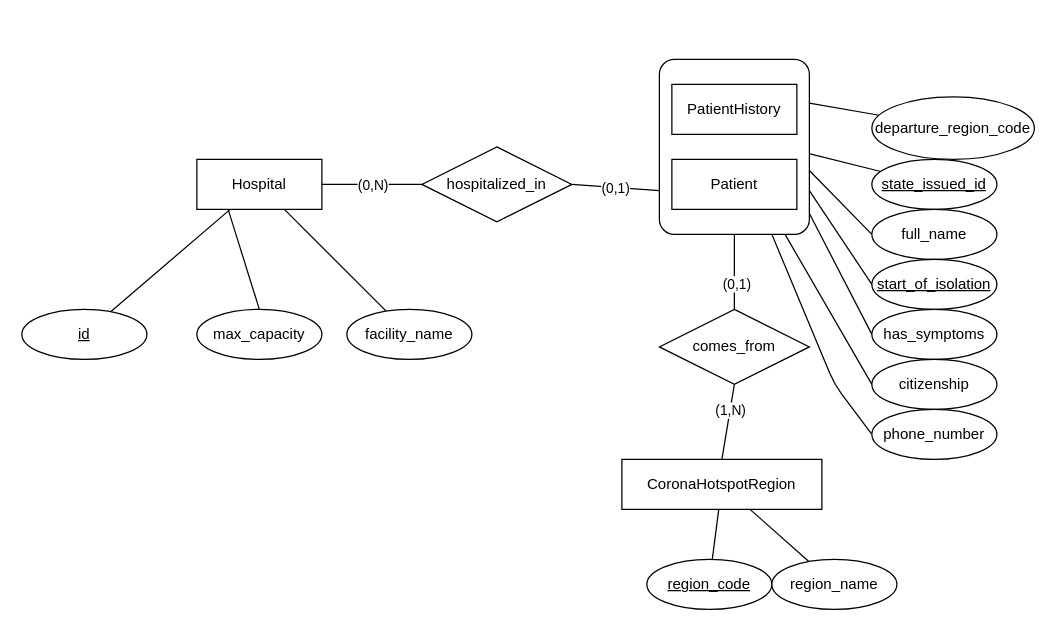
This is docs/diagram-eer.drawio from draganovik/CoronaIS, a draw.io file, before an edit. Source tidied: cells renumbered, new cells numbered last; positions are measured from the earlier drawing's top-left corner, leaving out a move shared by most shapes. Both pictures are drawn from the tidied source at 125%, with x=0, y=0 at pixel (21, 46).
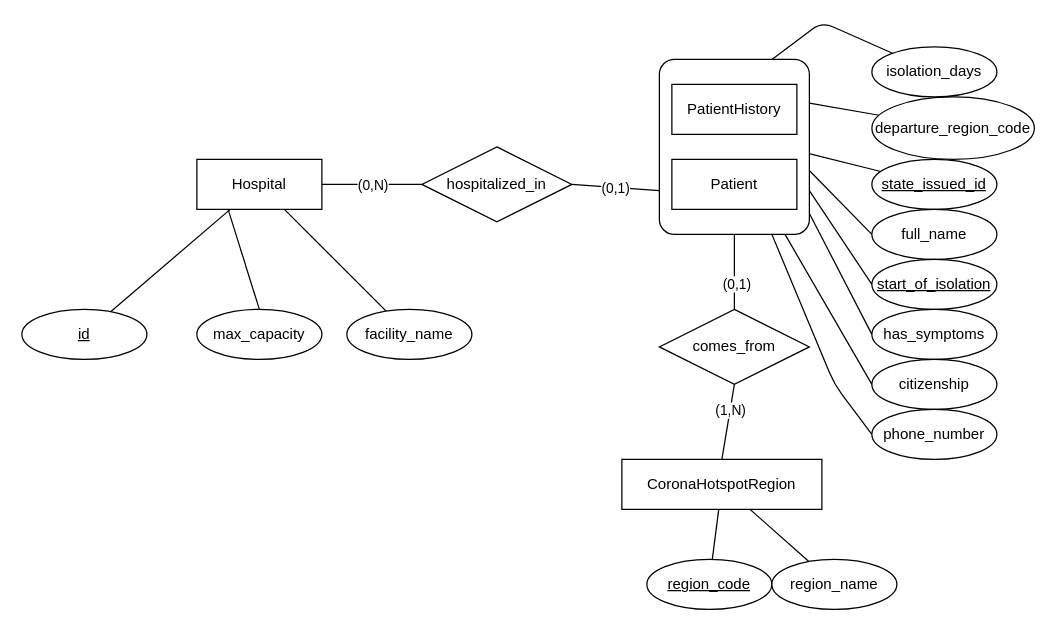
The same diagram, later.

Unchanged cells that the change refers to:
```xml
<mxCell id="27" style="rounded=1;arcSize=10;whiteSpace=wrap;html=1;align=center;" parent="26" vertex="1">
  <mxGeometry y="10" width="120" height="140" as="geometry" />
</mxCell>
```

What changed in the source:
```diff
@@
+    <mxCell id="42" style="edgeStyle=none;html=1;endArrow=none;endFill=0;entryX=0.75;entryY=0;entryDx=0;entryDy=0;" parent="1" edge="1" source="43" target="27">
+      <mxGeometry relative="1" as="geometry">
+        <Array as="points">
+          <mxPoint x="640" y="-20" />
+        </Array>
+      </mxGeometry>
+    </mxCell>
+    <mxCell id="43" value=" isolation_days" style="ellipse;whiteSpace=wrap;html=1;align=center;" parent="1" vertex="1">
+      <mxGeometry x="680" width="100" height="40" as="geometry" />
+    </mxCell>
```
